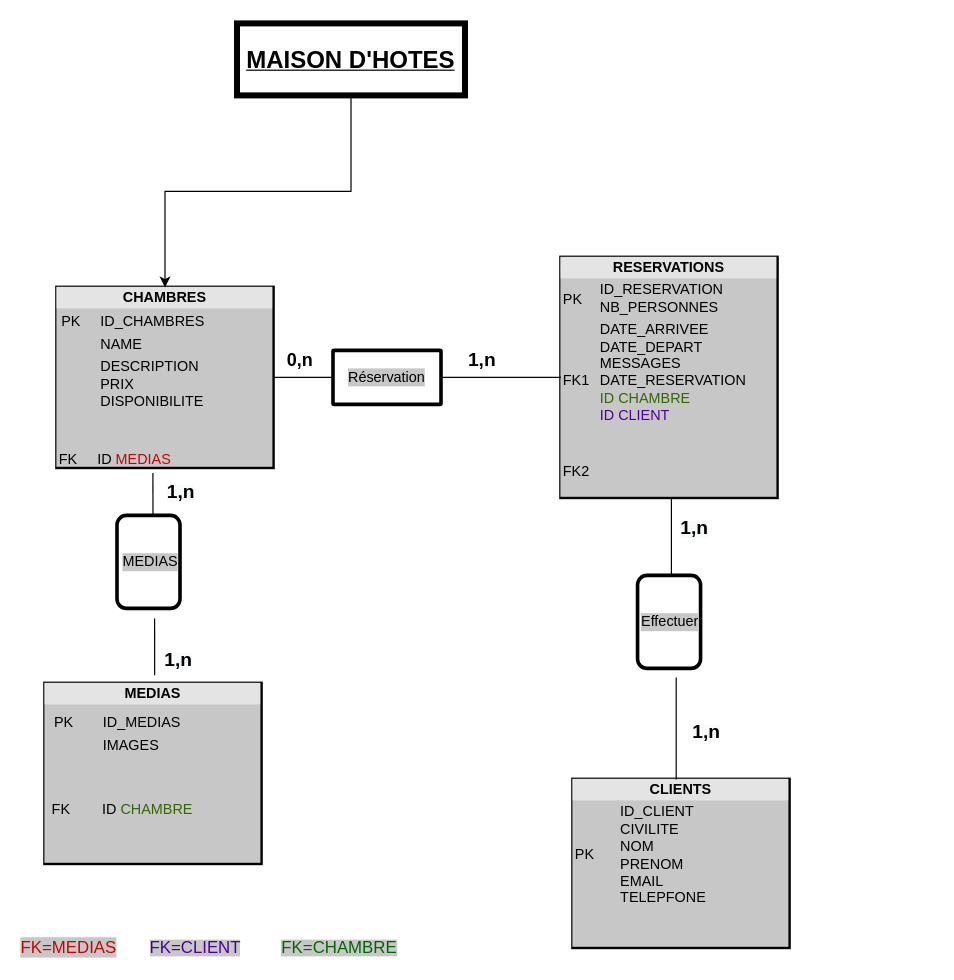
Earlier version of the draw.io diagram page "Modèle relationnel" (1 of 7) of Untitled Diagram.drawio (awatunis/test). Source tidied: cells renumbered, new cells numbered last; positions are measured from the earlier drawing's top-left corner, leaving out a move shared by most shapes. Both pictures are drawn from the tidied source at 120%, with x=0, y=0 at pixel (44, 23).
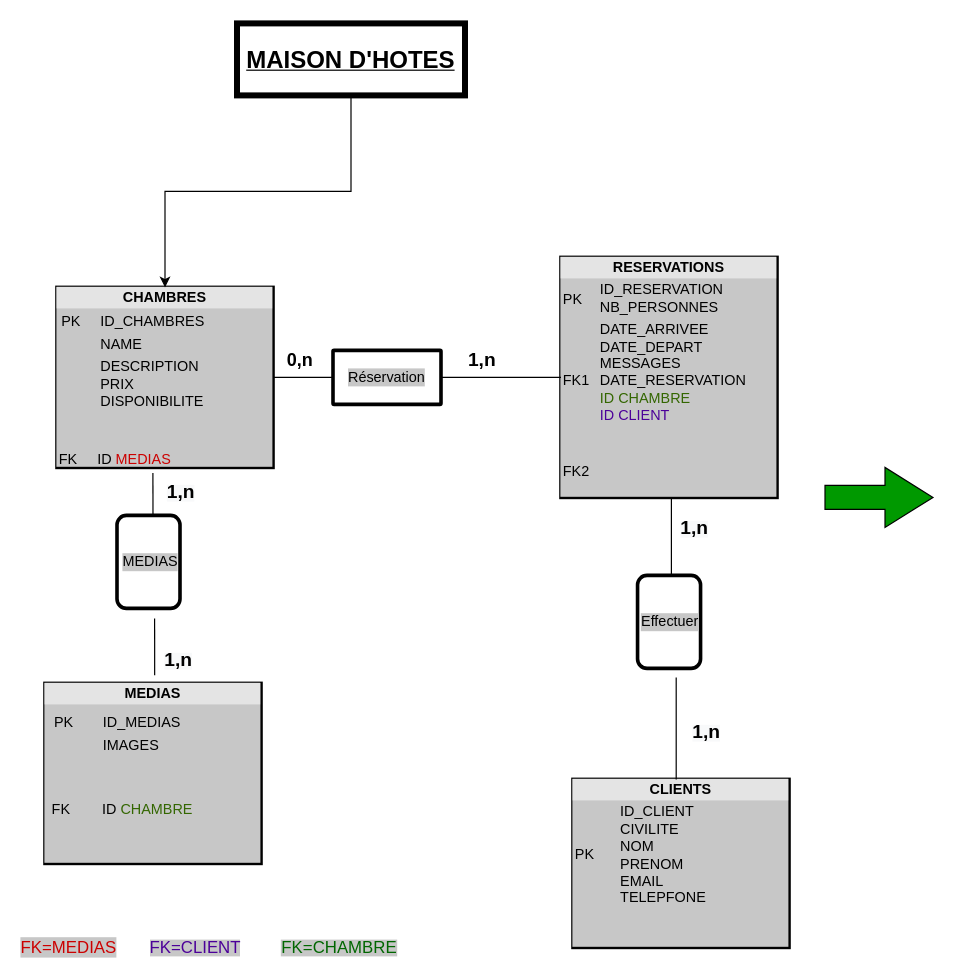
The same diagram, later.

Diff of the diagram source:
```diff
@@
+    <mxCell id="26" style="html=1;shadow=0;dashed=0;align=center;verticalAlign=middle;shape=mxgraph.arrows2.arrow;dy=0.6;dx=40;notch=0;fillColor=#009900;" parent="1" vertex="1">
+      <mxGeometry x="650" y="370" width="90" height="50" as="geometry" />
+    </mxCell>
```
